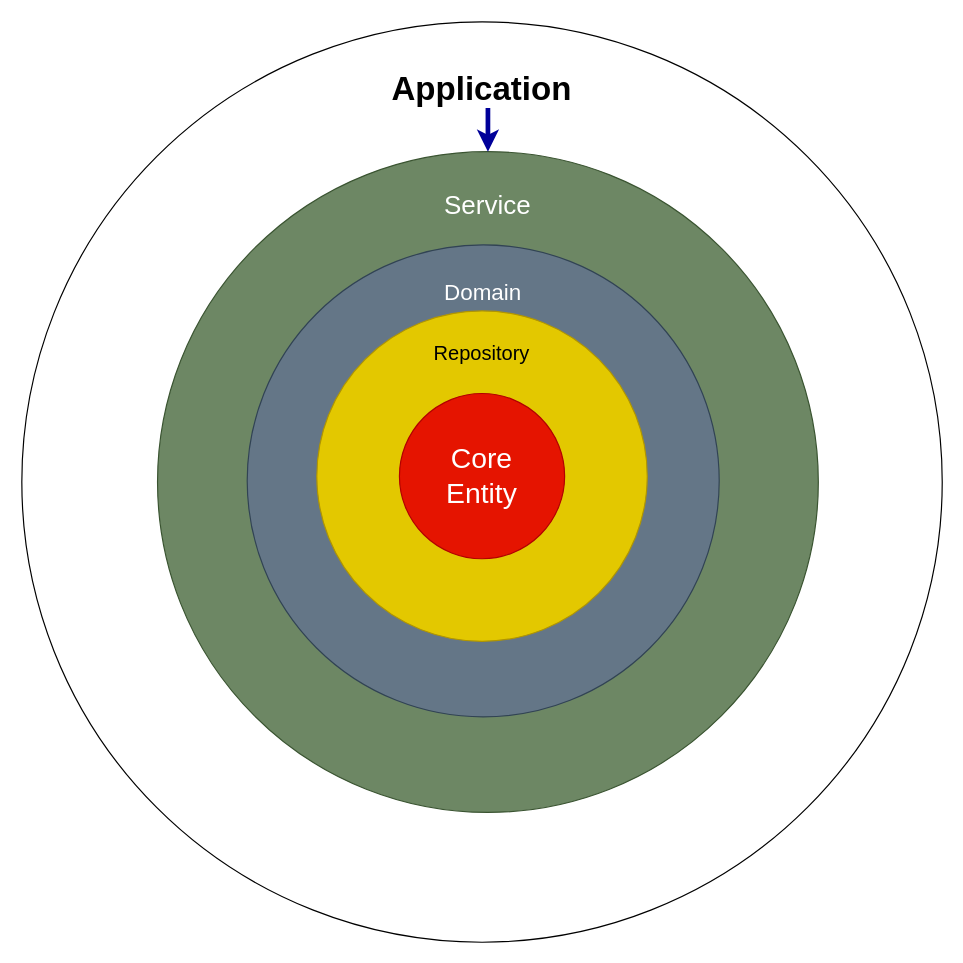
The draw.io diagram docs/Spring Boot Clean Architecture Template.drawio in maithanhduyan/springboot-clean-architecture-template, before the edit. Source tidied: cells renumbered, new cells numbered last; positions are measured from the earlier drawing's top-left corner, leaving out a move shared by most shapes. Both pictures are drawn from the tidied source at 118%, with x=0, y=0 at pixel (21, 21).
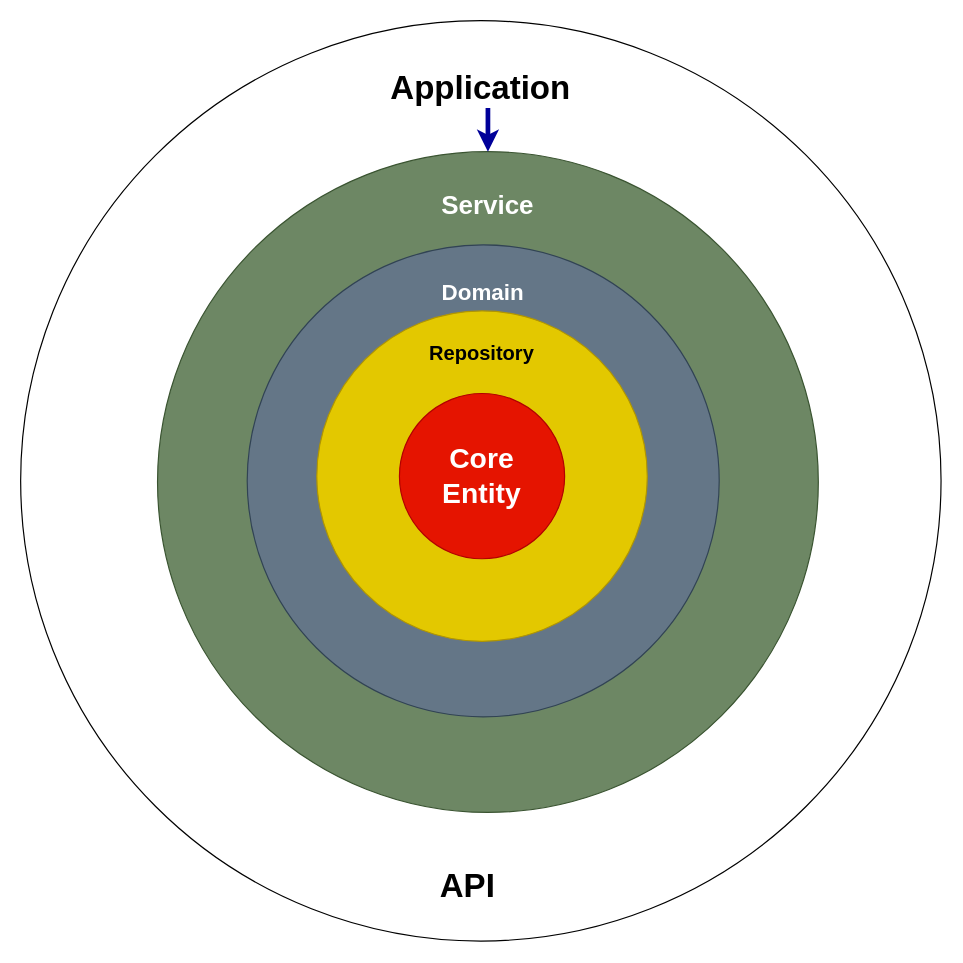
The same diagram, later.

The edit, as a diff of the source:
```diff
@@
 <mxGraphModel>
   <root>
     <mxCell id="0" />
     <mxCell id="1" parent="0" />
+    <mxCell id="8" style="group;" parent="1" vertex="1">
+      <mxGeometry x="-1" y="-1" width="780" height="780" as="geometry" />
+    </mxCell>
-    <mxCell id="2" value="&lt;br style=&quot;font-size: 28px;&quot;&gt;Application&lt;br style=&quot;font-size: 28px;&quot;&gt;" style="ellipse;whiteSpace=wrap;html=1;labelBackgroundColor=none;fontSize=28;verticalAlign=top;fillColor=#FFFFFF;fontColor=#000000;fontStyle=1;" parent="1" vertex="1">
+    <mxCell id="2" value="&lt;br style=&quot;font-size: 28px;&quot;&gt;Application&lt;br style=&quot;font-size: 28px;&quot;&gt;" style="ellipse;whiteSpace=wrap;html=1;labelBackgroundColor=none;fontSize=28;verticalAlign=top;fillColor=#FFFFFF;fontColor=#000000;fontStyle=1;" parent="8" vertex="1">
       <mxGeometry width="780" height="780" as="geometry" />
     </mxCell>
+    <mxCell id="9" value="API" style="text;html=1;strokeColor=none;fillColor=none;align=center;verticalAlign=middle;whiteSpace=wrap;rounded=0;labelBackgroundColor=none;fontSize=28;fontColor=#000000;fontStyle=1;" parent="8" vertex="1">
+      <mxGeometry x="359" y="723" width="40" height="20" as="geometry" />
+    </mxCell>
-    <mxCell id="3" value="&lt;font style=&quot;font-size: 22px&quot;&gt;&lt;br&gt;Service&lt;/font&gt;" style="ellipse;whiteSpace=wrap;html=1;verticalAlign=top;labelBackgroundColor=none;fillColor=#6d8764;strokeColor=#3A5431;fontColor=#ffffff;" parent="1" vertex="1">
+    <mxCell id="3" value="&lt;font style=&quot;font-size: 22px&quot;&gt;&lt;b&gt;&lt;br&gt;Service&lt;/b&gt;&lt;/font&gt;" style="ellipse;whiteSpace=wrap;html=1;verticalAlign=top;labelBackgroundColor=none;fillColor=#6d8764;strokeColor=#3A5431;fontColor=#ffffff;" parent="1" vertex="1">
       <mxGeometry x="115" y="110" width="560" height="560" as="geometry" />
     </mxCell>
-    <mxCell id="4" value="&lt;font style=&quot;font-size: 19px&quot;&gt;&lt;br&gt;Domain&lt;/font&gt;" style="ellipse;whiteSpace=wrap;html=1;verticalAlign=top;fillColor=#647687;strokeColor=#314354;fontColor=#ffffff;" parent="1" vertex="1">
+    <mxCell id="4" value="&lt;font style=&quot;font-size: 19px&quot;&gt;&lt;b&gt;&lt;br&gt;Domain&lt;/b&gt;&lt;/font&gt;" style="ellipse;whiteSpace=wrap;html=1;verticalAlign=top;fillColor=#647687;strokeColor=#314354;fontColor=#ffffff;" parent="1" vertex="1">
       <mxGeometry x="191" y="189" width="400" height="400" as="geometry" />
     </mxCell>
-    <mxCell id="5" value="&lt;font style=&quot;font-size: 17px&quot;&gt;&lt;br&gt;Repository&lt;/font&gt;" style="ellipse;whiteSpace=wrap;html=1;verticalAlign=top;fillColor=#e3c800;strokeColor=#B09500;fontColor=#000000;" parent="1" vertex="1">
+    <mxCell id="5" value="&lt;font style=&quot;font-size: 17px&quot;&gt;&lt;b&gt;&lt;br&gt;Repository&lt;/b&gt;&lt;/font&gt;" style="ellipse;whiteSpace=wrap;html=1;verticalAlign=top;fillColor=#e3c800;strokeColor=#B09500;fontColor=#000000;" parent="1" vertex="1">
       <mxGeometry x="250" y="245" width="280" height="280" as="geometry" />
     </mxCell>
-    <mxCell id="6" value="Core&lt;br&gt;Entity" style="ellipse;whiteSpace=wrap;html=1;fontSize=24;fillColor=#e51400;strokeColor=#B20000;fontColor=#ffffff;" parent="1" vertex="1">
+    <mxCell id="6" value="Core&lt;br&gt;Entity" style="ellipse;whiteSpace=wrap;html=1;fontSize=24;fillColor=#e51400;strokeColor=#B20000;fontColor=#ffffff;fontStyle=1;" parent="1" vertex="1">
       <mxGeometry x="320" y="315" width="140" height="140" as="geometry" />
     </mxCell>
     <mxCell id="7" style="endArrow=classic;html=1;fontSize=24;strokeWidth=4;entryX=0.5;entryY=0;entryDx=0;entryDy=0;fontColor=#0000FF;strokeColor=#000099;" parent="1" edge="1" target="3">
       <mxGeometry relative="1" as="geometry">
         <mxPoint x="395" y="73" as="sourcePoint" />
       </mxGeometry>
     </mxCell>
   </root>
 </mxGraphModel>
```
